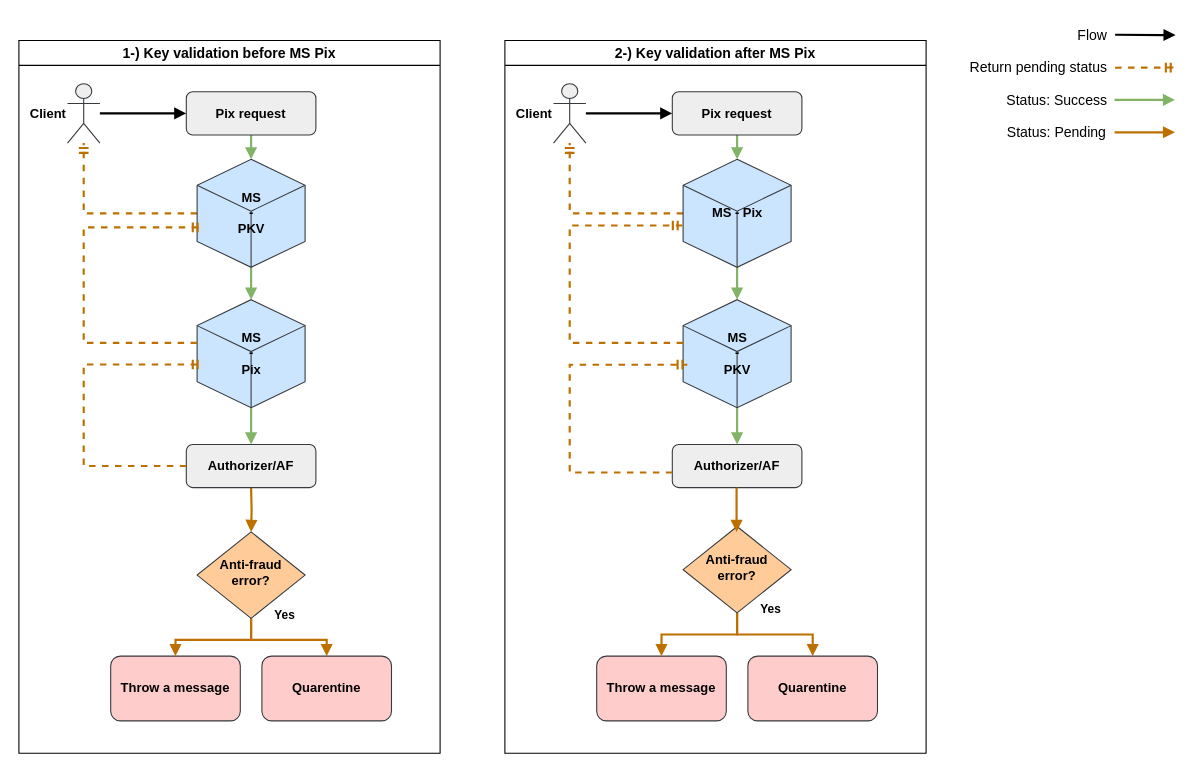
This is [Integrations][RFC Pix] Erro - Antifraude.drawio from LerianStudio/midaz-technical-diagrams, a draw.io file, before an edit. Source tidied: cells renumbered, new cells numbered last; positions are measured from the earlier drawing's top-left corner, leaving out a move shared by most shapes. Both pictures are drawn from the tidied source at 108%, with x=0, y=0 at pixel (18, 18).
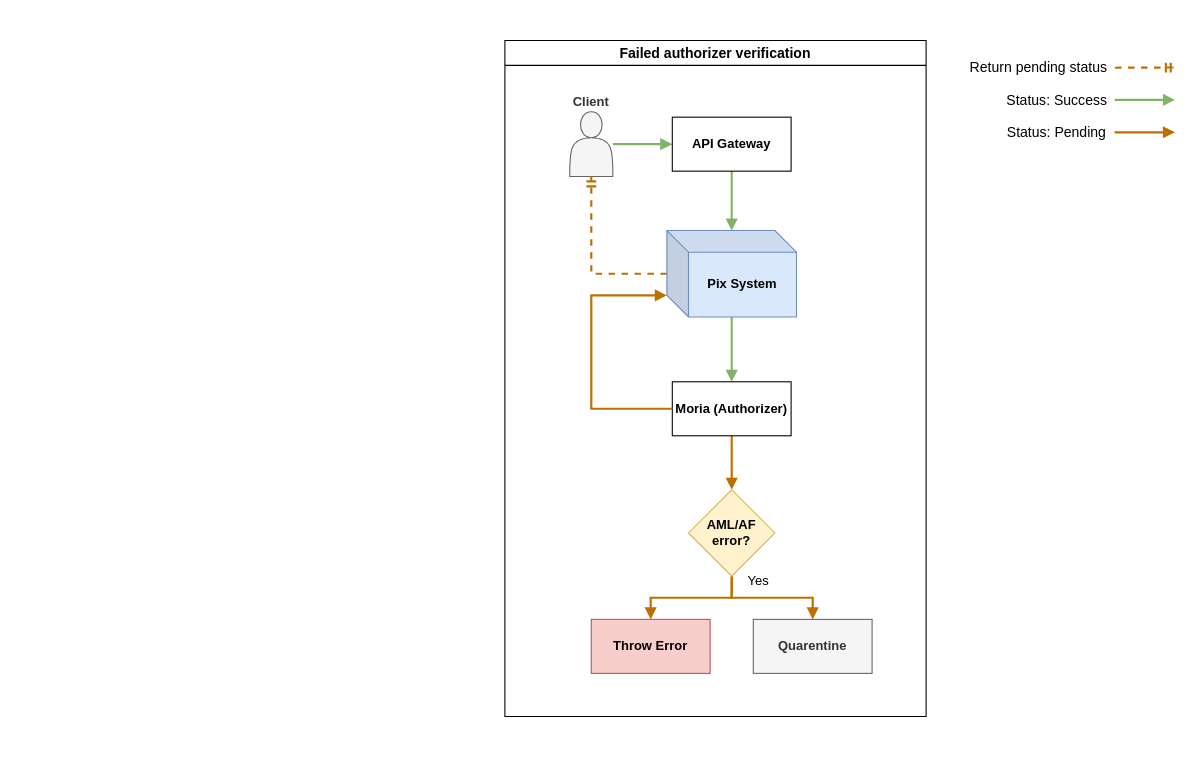
The same page after the edit.

Change to the diagram source:
```diff
@@
-    <mxCell id="2" value="&lt;font style=&quot;font-size: 13px;&quot;&gt;1-) Key validation before MS Pix&lt;/font&gt;" style="swimlane;whiteSpace=wrap;html=1;" parent="1" vertex="1">
-      <mxGeometry y="20" width="390" height="660" as="geometry" />
-    </mxCell>
-    <mxCell id="3" style="edgeStyle=orthogonalEdgeStyle;rounded=0;jettySize=auto;html=1;fontStyle=1;fillColor=#d5e8d4;strokeColor=#82b366;strokeWidth=2;endArrow=block;endFill=1;" parent="2" edge="1" source="4" target="16">
-      <mxGeometry relative="1" as="geometry" />
-    </mxCell>
-    <mxCell id="4" value="Pix request" style="rounded=1;whiteSpace=wrap;html=1;fontSize=12;glass=0;strokeWidth=1;shadow=0;fillColor=#eeeeee;strokeColor=#36393d;fontStyle=1;" parent="2" vertex="1">
-      <mxGeometry x="155" y="47.5" width="120" height="40" as="geometry" />
-    </mxCell>
-    <mxCell id="5" style="edgeStyle=orthogonalEdgeStyle;rounded=0;jettySize=auto;html=1;fontStyle=1;fillColor=#f0a30a;strokeColor=#BD7000;strokeWidth=2;endArrow=block;endFill=1;" parent="2" edge="1" target="11">
-      <mxGeometry relative="1" as="geometry">
-        <mxPoint x="215" y="414" as="sourcePoint" />
-      </mxGeometry>
-    </mxCell>
-    <mxCell id="6" value="Throw a message" style="rounded=1;whiteSpace=wrap;html=1;fontSize=12;glass=0;strokeWidth=1;shadow=0;fillColor=#ffcccc;strokeColor=#36393d;fontStyle=1;" parent="2" vertex="1">
-      <mxGeometry x="85" y="570" width="120" height="60" as="geometry" />
-    </mxCell>
-    <mxCell id="7" style="edgeStyle=orthogonalEdgeStyle;rounded=0;jettySize=auto;html=1;fontStyle=1;strokeWidth=2;endArrow=block;endFill=1;" parent="2" edge="1" source="8" target="4">
-      <mxGeometry relative="1" as="geometry" />
-    </mxCell>
-    <mxCell id="8" value="Client" style="shape=umlActor;verticalLabelPosition=middle;verticalAlign=middle;html=1;outlineConnect=0;fillColor=#eeeeee;strokeColor=#36393d;fontStyle=1;labelPosition=left;align=right;" parent="2" vertex="1">
-      <mxGeometry x="45" y="40" width="30" height="55" as="geometry" />
-    </mxCell>
-    <mxCell id="9" style="edgeStyle=orthogonalEdgeStyle;rounded=0;jettySize=auto;html=1;fontStyle=1;fillColor=#f0a30a;strokeColor=#BD7000;strokeWidth=2;endArrow=block;endFill=1;" parent="2" edge="1" source="11" target="6">
-      <mxGeometry relative="1" as="geometry" />
-    </mxCell>
-    <mxCell id="10" style="edgeStyle=orthogonalEdgeStyle;rounded=0;jettySize=auto;html=1;entryX=0.5;entryY=0;entryDx=0;entryDy=0;fillColor=#f0a30a;strokeColor=#BD7000;strokeWidth=2;endArrow=block;endFill=1;" parent="2" edge="1" source="11" target="19">
-      <mxGeometry relative="1" as="geometry" />
-    </mxCell>
-    <mxCell id="11" value="Anti-fraud error?" style="rhombus;whiteSpace=wrap;html=1;shadow=0;fontFamily=Helvetica;fontSize=12;align=center;strokeWidth=1;spacing=6;spacingTop=-4;fillColor=#ffcc99;strokeColor=#36393d;fontStyle=1;" parent="2" vertex="1">
-      <mxGeometry x="165" y="455" width="100" height="80" as="geometry" />
-    </mxCell>
-    <mxCell id="12" value="&lt;span style=&quot;color: rgb(0, 0, 0); font-family: Helvetica; font-size: 11px; font-style: normal; font-variant-ligatures: normal; font-variant-caps: normal; letter-spacing: normal; orphans: 2; text-align: center; text-indent: 0px; text-transform: none; widows: 2; word-spacing: 0px; -webkit-text-stroke-width: 0px; white-space: nowrap; background-color: rgb(251, 251, 251); text-decoration-thickness: initial; text-decoration-style: initial; text-decoration-color: initial; float: none; display: inline !important;&quot;&gt;Yes&lt;/span&gt;" style="text;whiteSpace=wrap;html=1;fontStyle=1;" parent="2" vertex="1">
-      <mxGeometry x="234.9" y="518" width="50" height="40" as="geometry" />
-    </mxCell>
-    <mxCell id="13" value="&lt;div&gt;Authorizer/AF&lt;/div&gt;" style="rounded=1;whiteSpace=wrap;html=1;fontSize=12;glass=0;strokeWidth=1;shadow=0;fillColor=#eeeeee;strokeColor=#36393d;fontStyle=1;" parent="2" vertex="1">
-      <mxGeometry x="155" y="374" width="120" height="40" as="geometry" />
-    </mxCell>
-    <mxCell id="14" style="edgeStyle=orthogonalEdgeStyle;rounded=0;jettySize=auto;html=1;fontStyle=1;strokeWidth=2;fillColor=#d5e8d4;strokeColor=#82b366;endArrow=block;endFill=1;" parent="2" edge="1" source="16" target="18">
-      <mxGeometry relative="1" as="geometry" />
-    </mxCell>
-    <mxCell id="15" style="edgeStyle=orthogonalEdgeStyle;rounded=0;jettySize=auto;html=1;fillColor=#f0a30a;strokeColor=#BD7000;dashed=1;strokeWidth=2;endArrow=ERmandOne;endFill=0;" parent="2" edge="1" source="16" target="8">
-      <mxGeometry relative="1" as="geometry" />
-    </mxCell>
-    <mxCell id="16" value="&lt;span style=&quot;text-wrap-mode: wrap;&quot;&gt;MS - PKV&lt;/span&gt;" style="html=1;shape=mxgraph.basic.isocube;isoAngle=15;fillColor=#cce5ff;strokeColor=#36393d;fontStyle=1;" parent="2" vertex="1">
-      <mxGeometry x="165" y="110" width="100" height="100" as="geometry" />
-    </mxCell>
-    <mxCell id="17" style="edgeStyle=orthogonalEdgeStyle;rounded=0;jettySize=auto;html=1;fillColor=#d5e8d4;strokeColor=#82b366;strokeWidth=2;endArrow=block;endFill=1;" parent="2" edge="1" source="18" target="13">
-      <mxGeometry relative="1" as="geometry" />
-    </mxCell>
-    <mxCell id="18" value="&lt;span style=&quot;text-wrap-mode: wrap;&quot;&gt;MS - Pix&lt;/span&gt;" style="html=1;shape=mxgraph.basic.isocube;isoAngle=15;fillColor=#cce5ff;strokeColor=#36393d;fontStyle=1;" parent="2" vertex="1">
-      <mxGeometry x="165" y="240" width="100" height="100" as="geometry" />
-    </mxCell>
-    <mxCell id="19" value="Quarentine" style="rounded=1;whiteSpace=wrap;html=1;fontSize=12;glass=0;strokeWidth=1;shadow=0;fillColor=#ffcccc;strokeColor=#36393d;fontStyle=1;" parent="2" vertex="1">
-      <mxGeometry x="225" y="570" width="120" height="60" as="geometry" />
-    </mxCell>
-    <mxCell id="20" style="edgeStyle=orthogonalEdgeStyle;rounded=0;jettySize=auto;html=1;fillColor=#f0a30a;strokeColor=#BD7000;strokeWidth=2;dashed=1;endArrow=ERmandOne;endFill=0;entryX=0.05;entryY=0.6;entryDx=0;entryDy=0;entryPerimeter=0;" parent="2" edge="1" source="13" target="18">
-      <mxGeometry relative="1" as="geometry">
-        <Array as="points">
-          <mxPoint x="60" y="394" />
-          <mxPoint x="60" y="300" />
-        </Array>
-      </mxGeometry>
-    </mxCell>
-    <mxCell id="21" style="edgeStyle=orthogonalEdgeStyle;rounded=0;jettySize=auto;html=1;fillColor=#f0a30a;strokeColor=#BD7000;strokeWidth=2;endArrow=ERmandOne;endFill=0;dashed=1;entryX=0.05;entryY=0.63;entryDx=0;entryDy=0;entryPerimeter=0;" parent="2" edge="1" source="18" target="16">
-      <mxGeometry relative="1" as="geometry">
-        <Array as="points">
-          <mxPoint x="60" y="280" />
-          <mxPoint x="60" y="173" />
-        </Array>
-      </mxGeometry>
-    </mxCell>
-    <mxCell id="22" value="&lt;font style=&quot;font-size: 13px;&quot;&gt;2-) Key validation after MS Pix&lt;/font&gt;" style="swimlane;whiteSpace=wrap;html=1;" parent="1" vertex="1">
-      <mxGeometry x="450" y="20" width="390" height="660" as="geometry" />
+    <mxCell id="22" value="&lt;span style=&quot;font-size: 13px;&quot;&gt;Failed authorizer verification&lt;/span&gt;" style="swimlane;whiteSpace=wrap;html=1;" parent="1" vertex="1">
+      <mxGeometry x="450" y="20" width="390" height="626" as="geometry" />
     </mxCell>
-    <mxCell id="23" style="edgeStyle=orthogonalEdgeStyle;rounded=0;jettySize=auto;html=1;fontStyle=1;fillColor=#d5e8d4;strokeColor=#82b366;strokeWidth=2;endArrow=block;endFill=1;" parent="22" edge="1" source="24" target="35">
-      <mxGeometry relative="1" as="geometry" />
-    </mxCell>
-    <mxCell id="24" value="Pix request" style="rounded=1;whiteSpace=wrap;html=1;fontSize=12;glass=0;strokeWidth=1;shadow=0;fillColor=#eeeeee;strokeColor=#36393d;fontStyle=1;" parent="22" vertex="1">
-      <mxGeometry x="155" y="47.5" width="120" height="40" as="geometry" />
-    </mxCell>
-    <mxCell id="25" value="Throw a message" style="rounded=1;whiteSpace=wrap;html=1;fontSize=12;glass=0;strokeWidth=1;shadow=0;fillColor=#ffcccc;strokeColor=#36393d;fontStyle=1;" parent="22" vertex="1">
-      <mxGeometry x="85" y="570" width="120" height="60" as="geometry" />
-    </mxCell>
-    <mxCell id="26" style="edgeStyle=orthogonalEdgeStyle;rounded=0;jettySize=auto;html=1;fontStyle=1;strokeWidth=2;endArrow=block;endFill=1;" parent="22" edge="1" source="27" target="24">
-      <mxGeometry relative="1" as="geometry" />
-    </mxCell>
-    <mxCell id="27" value="Client" style="shape=umlActor;verticalLabelPosition=middle;verticalAlign=middle;html=1;outlineConnect=0;fillColor=#eeeeee;strokeColor=#36393d;fontStyle=1;labelPosition=left;align=right;" parent="22" vertex="1">
-      <mxGeometry x="45" y="40" width="30" height="55" as="geometry" />
-    </mxCell>
-    <mxCell id="28" style="edgeStyle=orthogonalEdgeStyle;rounded=0;jettySize=auto;html=1;fontStyle=1;fillColor=#f0a30a;strokeColor=#BD7000;strokeWidth=2;endArrow=block;endFill=1;" parent="22" edge="1" source="30" target="25">
-      <mxGeometry relative="1" as="geometry" />
-    </mxCell>
-    <mxCell id="29" style="edgeStyle=orthogonalEdgeStyle;rounded=0;jettySize=auto;html=1;entryX=0.5;entryY=0;entryDx=0;entryDy=0;fillColor=#f0a30a;strokeColor=#BD7000;strokeWidth=2;endArrow=block;endFill=1;" parent="22" edge="1" source="30" target="38">
-      <mxGeometry relative="1" as="geometry" />
-    </mxCell>
-    <mxCell id="30" value="Anti-fraud error?" style="rhombus;whiteSpace=wrap;html=1;shadow=0;fontFamily=Helvetica;fontSize=12;align=center;strokeWidth=1;spacing=6;spacingTop=-4;fillColor=#ffcc99;strokeColor=#36393d;fontStyle=1;" parent="22" vertex="1">
-      <mxGeometry x="165" y="450" width="100" height="80" as="geometry" />
-    </mxCell>
-    <mxCell id="31" value="&lt;span style=&quot;color: rgb(0, 0, 0); font-family: Helvetica; font-size: 11px; font-style: normal; font-variant-ligatures: normal; font-variant-caps: normal; letter-spacing: normal; orphans: 2; text-align: center; text-indent: 0px; text-transform: none; widows: 2; word-spacing: 0px; -webkit-text-stroke-width: 0px; white-space: nowrap; background-color: rgb(251, 251, 251); text-decoration-thickness: initial; text-decoration-style: initial; text-decoration-color: initial; float: none; display: inline !important;&quot;&gt;Yes&lt;/span&gt;" style="text;whiteSpace=wrap;html=1;fontStyle=1;" parent="22" vertex="1">
-      <mxGeometry x="234.9" y="513" width="50" height="40" as="geometry" />
-    </mxCell>
-    <mxCell id="32" value="Authorizer/AF" style="rounded=1;whiteSpace=wrap;html=1;fontSize=12;glass=0;strokeWidth=1;shadow=0;fillColor=#eeeeee;strokeColor=#36393d;fontStyle=1;" parent="22" vertex="1">
-      <mxGeometry x="155" y="374" width="120" height="40" as="geometry" />
-    </mxCell>
-    <mxCell id="33" style="edgeStyle=orthogonalEdgeStyle;rounded=0;jettySize=auto;html=1;fontStyle=1;strokeWidth=2;fillColor=#d5e8d4;strokeColor=#82b366;endArrow=block;endFill=1;" parent="22" edge="1" source="35" target="37">
-      <mxGeometry relative="1" as="geometry" />
-    </mxCell>
-    <mxCell id="34" style="edgeStyle=orthogonalEdgeStyle;rounded=0;jettySize=auto;html=1;fillColor=#f0a30a;strokeColor=#BD7000;endArrow=ERmandOne;endFill=0;dashed=1;strokeWidth=2;" parent="22" edge="1" source="35" target="27">
-      <mxGeometry relative="1" as="geometry" />
-    </mxCell>
-    <mxCell id="35" value="MS - Pix" style="html=1;shape=mxgraph.basic.isocube;isoAngle=15;fillColor=#cce5ff;strokeColor=#36393d;fontStyle=1;" parent="22" vertex="1">
-      <mxGeometry x="165" y="110" width="100" height="100" as="geometry" />
-    </mxCell>
-    <mxCell id="36" style="edgeStyle=orthogonalEdgeStyle;rounded=0;jettySize=auto;html=1;fillColor=#d5e8d4;strokeColor=#82b366;strokeWidth=2;endArrow=block;endFill=1;" parent="22" edge="1" source="37" target="32">
-      <mxGeometry relative="1" as="geometry" />
-    </mxCell>
-    <mxCell id="37" value="&lt;span style=&quot;text-wrap-mode: wrap;&quot;&gt;MS - PKV&lt;/span&gt;" style="html=1;shape=mxgraph.basic.isocube;isoAngle=15;fillColor=#cce5ff;strokeColor=#36393d;fontStyle=1;" parent="22" vertex="1">
-      <mxGeometry x="165" y="240" width="100" height="100" as="geometry" />
-    </mxCell>
-    <mxCell id="38" value="Quarentine" style="rounded=1;whiteSpace=wrap;html=1;fontSize=12;glass=0;strokeWidth=1;shadow=0;fillColor=#ffcccc;strokeColor=#36393d;fontStyle=1;" parent="22" vertex="1">
-      <mxGeometry x="225" y="570" width="120" height="60" as="geometry" />
-    </mxCell>
-    <mxCell id="39" style="edgeStyle=orthogonalEdgeStyle;rounded=0;jettySize=auto;html=1;entryX=0.039;entryY=0.602;entryDx=0;entryDy=0;entryPerimeter=0;strokeWidth=2;endArrow=ERmandOne;endFill=0;dashed=1;fillColor=#f0a30a;strokeColor=#BD7000;" parent="22" edge="1" source="32" target="37">
-      <mxGeometry relative="1" as="geometry">
-        <Array as="points">
-          <mxPoint x="60" y="400" />
-          <mxPoint x="60" y="300" />
-        </Array>
-      </mxGeometry>
-    </mxCell>
-    <mxCell id="40" style="edgeStyle=orthogonalEdgeStyle;rounded=0;jettySize=auto;html=1;entryX=-0.005;entryY=0.613;entryDx=0;entryDy=0;entryPerimeter=0;fillColor=#f0a30a;strokeColor=#BD7000;strokeWidth=2;endArrow=ERmandOne;endFill=0;dashed=1;" parent="22" edge="1" source="37" target="35">
-      <mxGeometry relative="1" as="geometry">
-        <Array as="points">
-          <mxPoint x="60" y="280" />
-          <mxPoint x="60" y="171" />
-        </Array>
-      </mxGeometry>
-    </mxCell>
-    <mxCell id="41" style="edgeStyle=orthogonalEdgeStyle;rounded=0;orthogonalLoop=1;jettySize=auto;html=1;fontStyle=1;fillColor=#f0a30a;strokeColor=#BD7000;strokeWidth=2;endArrow=block;endFill=1;" parent="22" edge="1">
-      <mxGeometry relative="1" as="geometry">
-        <mxPoint x="214.5" y="414" as="sourcePoint" />
-        <mxPoint x="214.5" y="455" as="targetPoint" />
-        <Array as="points">
-          <mxPoint x="214.5" y="430" />
-          <mxPoint x="214.5" y="430" />
-        </Array>
-      </mxGeometry>
-    </mxCell>
-    <mxCell id="42" style="endArrow=block;html=1;rounded=0;strokeWidth=2;endFill=1;fontSize=13;align=right;fontStyle=0;" parent="1" edge="1">
-      <mxGeometry relative="1" as="geometry">
-        <mxPoint x="1015" y="14.7" as="sourcePoint" />
-        <mxPoint x="1071" y="15" as="targetPoint" />
-      </mxGeometry>
-    </mxCell>
+    <mxCell id="50" style="edgeStyle=orthogonalEdgeStyle;rounded=0;jettySize=auto;html=1;fillColor=#d5e8d4;strokeColor=#82b366;strokeWidth=2;endArrow=block;endFill=1;" parent="22" edge="1" source="51" target="53">
+      <mxGeometry relative="1" as="geometry" />
+    </mxCell>
+    <mxCell id="51" value="Client" style="shape=actor;whiteSpace=wrap;html=1;fillColor=#f5f5f5;fontColor=#333333;strokeColor=#666666;verticalAlign=bottom;labelPosition=center;verticalLabelPosition=top;align=center;fontStyle=1;" parent="22" vertex="1">
+      <mxGeometry x="60" y="66" width="40" height="60" as="geometry" />
+    </mxCell>
+    <mxCell id="52" style="edgeStyle=orthogonalEdgeStyle;rounded=0;jettySize=auto;html=1;fillColor=#d5e8d4;strokeColor=#82b366;strokeWidth=2;endArrow=block;endFill=1;" parent="22" edge="1" source="53" target="56">
+      <mxGeometry relative="1" as="geometry" />
+    </mxCell>
+    <mxCell id="53" value="API Gateway" style="rounded=0;whiteSpace=wrap;html=1;fontStyle=1;" parent="22" vertex="1">
+      <mxGeometry x="155" y="71" width="110" height="50" as="geometry" />
+    </mxCell>
+    <mxCell id="54" style="edgeStyle=orthogonalEdgeStyle;rounded=0;jettySize=auto;html=1;fillColor=#d5e8d4;strokeColor=#82b366;strokeWidth=2;endArrow=block;endFill=1;" parent="22" edge="1" source="56" target="58">
+      <mxGeometry relative="1" as="geometry" />
+    </mxCell>
+    <mxCell id="55" style="edgeStyle=orthogonalEdgeStyle;rounded=0;jettySize=auto;html=1;entryX=0.5;entryY=1;entryDx=0;entryDy=0;fillColor=#f0a30a;strokeColor=#BD7000;endArrow=ERmandOne;endFill=0;strokeWidth=2;dashed=1;" parent="22" edge="1" source="56" target="51">
+      <mxGeometry relative="1" as="geometry" />
+    </mxCell>
+    <mxCell id="56" value="Pix System" style="shape=cube;whiteSpace=wrap;html=1;boundedLbl=1;backgroundOutline=1;darkOpacity=0.05;darkOpacity2=0.1;fillColor=#dae8fc;strokeColor=#6c8ebf;fontStyle=1;" parent="22" vertex="1">
+      <mxGeometry x="150" y="176" width="120" height="80" as="geometry" />
+    </mxCell>
+    <mxCell id="57" style="edgeStyle=orthogonalEdgeStyle;rounded=0;jettySize=auto;html=1;fillColor=#f0a30a;strokeColor=#BD7000;strokeWidth=2;endArrow=block;endFill=1;" parent="22" edge="1" source="58" target="61">
+      <mxGeometry relative="1" as="geometry" />
+    </mxCell>
+    <mxCell id="58" value="Moria (Authorizer)" style="rounded=0;whiteSpace=wrap;html=1;fontStyle=1;" parent="22" vertex="1">
+      <mxGeometry x="155" y="316" width="110" height="50" as="geometry" />
+    </mxCell>
+    <mxCell id="59" style="edgeStyle=orthogonalEdgeStyle;rounded=0;jettySize=auto;html=1;entryX=0.5;entryY=0;entryDx=0;entryDy=0;fillColor=#f0a30a;strokeColor=#BD7000;strokeWidth=2;endArrow=block;endFill=1;" parent="22" edge="1" source="61" target="62">
+      <mxGeometry relative="1" as="geometry" />
+    </mxCell>
+    <mxCell id="60" style="edgeStyle=orthogonalEdgeStyle;rounded=0;jettySize=auto;html=1;entryX=0.5;entryY=0;entryDx=0;entryDy=0;fillColor=#f0a30a;strokeColor=#BD7000;strokeWidth=2;endArrow=block;endFill=1;" parent="22" edge="1" source="61" target="63">
+      <mxGeometry relative="1" as="geometry" />
+    </mxCell>
+    <mxCell id="61" value="AML/AF error?" style="rhombus;whiteSpace=wrap;html=1;fillColor=#fff2cc;strokeColor=#d6b656;fontStyle=1;" parent="22" vertex="1">
+      <mxGeometry x="170" y="416" width="80" height="80" as="geometry" />
+    </mxCell>
+    <mxCell id="62" value="Throw Error" style="rounded=0;whiteSpace=wrap;html=1;fontStyle=1;fillColor=#f8cecc;strokeColor=#b85450;" parent="22" vertex="1">
+      <mxGeometry x="80" y="536" width="110" height="50" as="geometry" />
+    </mxCell>
+    <mxCell id="63" value="Quarentine" style="rounded=0;whiteSpace=wrap;html=1;fontStyle=1;fillColor=#f5f5f5;fontColor=#333333;strokeColor=#666666;" parent="22" vertex="1">
+      <mxGeometry x="230" y="536" width="110" height="50" as="geometry" />
+    </mxCell>
+    <mxCell id="64" value="Yes" style="text;html=1;align=center;verticalAlign=middle;whiteSpace=wrap;rounded=0;" parent="22" vertex="1">
+      <mxGeometry x="205" y="486" width="60" height="30" as="geometry" />
+    </mxCell>
+    <mxCell id="65" style="edgeStyle=orthogonalEdgeStyle;rounded=0;jettySize=auto;html=1;entryX=0;entryY=0;entryDx=0;entryDy=60;entryPerimeter=0;fillColor=#f0a30a;strokeColor=#BD7000;strokeWidth=2;endArrow=block;endFill=1;" parent="22" edge="1" source="58" target="56">
+      <mxGeometry relative="1" as="geometry">
+        <Array as="points">
+          <mxPoint x="80" y="341" />
+          <mxPoint x="80" y="236" />
+        </Array>
+      </mxGeometry>
+    </mxCell>
@@
-    <mxCell id="44" value="Flow" style="text;html=1;align=right;verticalAlign=middle;whiteSpace=wrap;rounded=0;fontSize=13;fontStyle=0;" parent="1" vertex="1">
-      <mxGeometry x="950" width="60" height="30" as="geometry" />
-    </mxCell>
```
